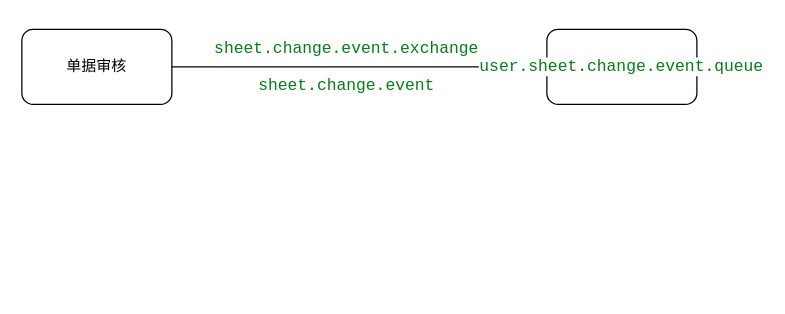
The draw.io diagram 云帆单据审核消息处理流程.drawio in dingzeng/Files, before the edit. Source tidied: cells renumbered, new cells numbered last; positions are measured from the earlier drawing's top-left corner, leaving out a move shared by most shapes. Both pictures are drawn from the tidied source at 125%, with x=0, y=0 at pixel (21, 29).
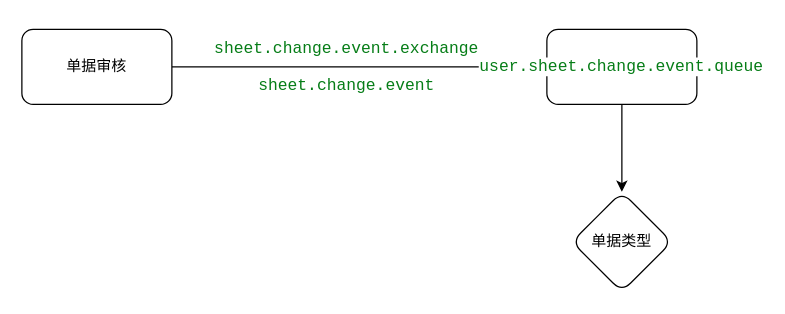
After the change.

Commit message:
更新云帆单据审核消息处理流程.drawio

Diff of the diagram source:
```diff
@@
 <mxGraphModel>
   <root>
     <mxCell id="0" />
     <mxCell id="1" parent="0" />
     <mxCell id="2" style="edgeStyle=orthogonalEdgeStyle;rounded=0;jettySize=auto;html=1;" parent="1" edge="1" source="3" target="4">
       <mxGeometry relative="1" as="geometry" />
     </mxCell>
     <mxCell id="3" value="单据审核" style="rounded=1;whiteSpace=wrap;html=1;" parent="1" vertex="1">
       <mxGeometry width="120" height="60" as="geometry" />
     </mxCell>
+    <mxCell id="7" style="edgeStyle=orthogonalEdgeStyle;rounded=0;jettySize=auto;html=1;" parent="1" edge="1" source="4" target="8">
+      <mxGeometry relative="1" as="geometry" />
+    </mxCell>
     <mxCell id="4" value="&lt;div style=&quot;background-color:#ffffff;color:#080808&quot;&gt;&lt;pre style=&quot;font-family:'JetBrains Mono',monospace;font-size:9.8pt;&quot;&gt;&lt;span style=&quot;color:#067d17;&quot;&gt;user.sheet.change.event.queue&lt;/span&gt;&lt;/pre&gt;&lt;/div&gt;" style="whiteSpace=wrap;html=1;rounded=1;" parent="1" vertex="1">
       <mxGeometry x="420" width="120" height="60" as="geometry" />
     </mxCell>
     <mxCell id="5" value="&lt;div style=&quot;background-color: rgb(255, 255, 255); color: rgb(8, 8, 8);&quot;&gt;&lt;pre style=&quot;font-family:'JetBrains Mono',monospace;font-size:9.8pt;&quot;&gt;&lt;div&gt;&lt;pre style=&quot;font-family:'JetBrains Mono',monospace;font-size:9.8pt;&quot;&gt;&lt;span style=&quot;color:#067d17;&quot;&gt;sheet.change.event.exchange&lt;/span&gt;&lt;/pre&gt;&lt;/div&gt;&lt;/pre&gt;&lt;/div&gt;" style="text;html=1;whiteSpace=wrap;strokeColor=none;fillColor=none;align=center;verticalAlign=middle;rounded=0;" parent="1" vertex="1">
       <mxGeometry x="230" width="60" height="30" as="geometry" />
     </mxCell>
     <mxCell id="6" value="&lt;div style=&quot;background-color:#ffffff;color:#080808&quot;&gt;&lt;pre style=&quot;font-family:'JetBrains Mono',monospace;font-size:9.8pt;&quot;&gt;&lt;span style=&quot;color:#067d17;&quot;&gt;sheet.change.event&lt;/span&gt;&lt;/pre&gt;&lt;/div&gt;" style="text;html=1;whiteSpace=wrap;strokeColor=none;fillColor=none;align=center;verticalAlign=middle;rounded=0;" parent="1" vertex="1">
       <mxGeometry x="230" y="30" width="60" height="30" as="geometry" />
     </mxCell>
+    <mxCell id="8" value="单据类型" style="rhombus;whiteSpace=wrap;html=1;rounded=1;" parent="1" vertex="1">
+      <mxGeometry x="440" y="130" width="80" height="80" as="geometry" />
+    </mxCell>
   </root>
 </mxGraphModel>
```
